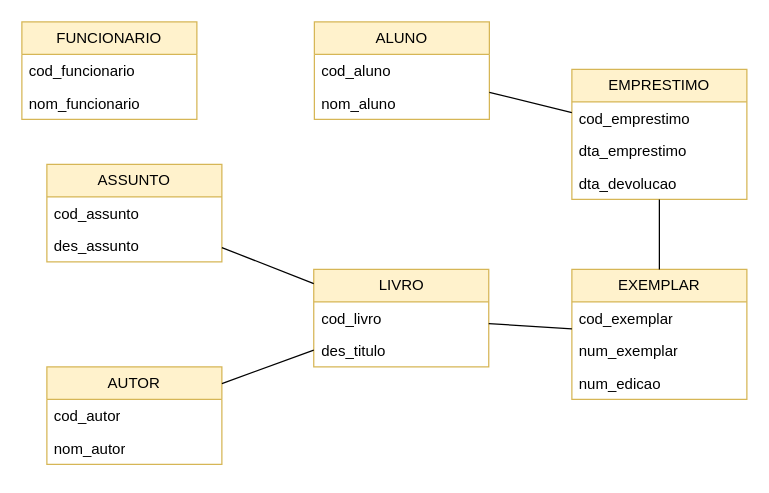
Above: vendadeprodutos.drawio in NicolasKevin2/BD (draw.io), before the change. Source tidied: cells renumbered, new cells numbered last; positions are measured from the earlier drawing's top-left corner, leaving out a move shared by most shapes. Both pictures are drawn from the tidied source at 125%, with x=0, y=0 at pixel (21, 21).
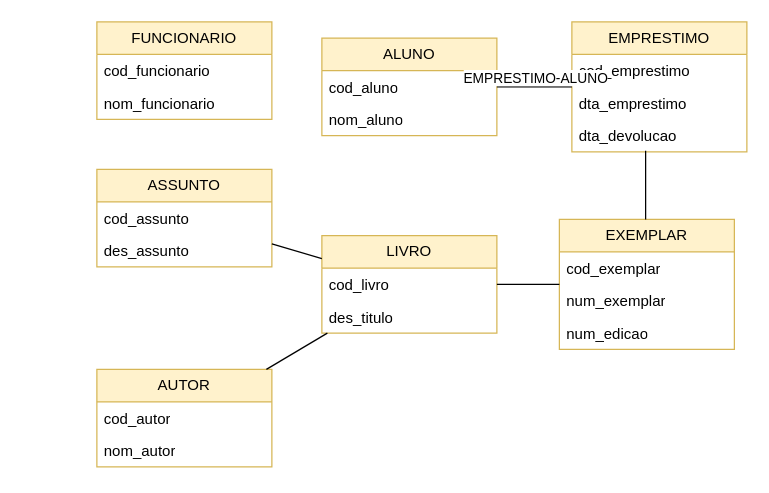
The same diagram, later.

Unchanged cells that the change refers to:
```xml
<mxCell id="18" value="dta_devolucao" style="text;strokeColor=none;fillColor=none;align=left;verticalAlign=top;spacingLeft=4;spacingRight=4;overflow=hidden;points=[[0,0.5],[1,0.5]];portConstraint=eastwest;whiteSpace=wrap;html=1;" parent="15" vertex="1">
  <mxGeometry y="78" width="140" height="26" as="geometry" />
</mxCell>
<mxCell id="23" style="endArrow=none;html=1;rounded=0;" parent="1" edge="1" source="15" target="2">
  <mxGeometry relative="1" as="geometry" />
</mxCell>
```

The edit, as a diff of the source:
```diff
@@
     <mxCell id="2" value="ALUNO" style="swimlane;fontStyle=0;horizontal=1;startSize=26;fillColor=#fff2cc;whiteSpace=wrap;html=1;strokeColor=#d6b656;" parent="1" vertex="1">
-      <mxGeometry x="234" width="140" height="78" as="geometry" />
+      <mxGeometry x="240" y="13" width="140" height="78" as="geometry" />
     </mxCell>
@@
     <mxCell id="5" value="AUTOR" style="swimlane;fontStyle=0;horizontal=1;startSize=26;fillColor=#fff2cc;whiteSpace=wrap;html=1;strokeColor=#d6b656;" parent="1" vertex="1">
-      <mxGeometry x="20" y="276" width="140" height="78" as="geometry" />
+      <mxGeometry x="60" y="278" width="140" height="78" as="geometry" />
     </mxCell>
@@
     <mxCell id="8" value="LIVRO" style="swimlane;fontStyle=0;horizontal=1;startSize=26;fillColor=#fff2cc;whiteSpace=wrap;html=1;strokeColor=#d6b656;" parent="1" vertex="1">
-      <mxGeometry x="233.5" y="198" width="140" height="78" as="geometry" />
+      <mxGeometry x="240" y="171" width="140" height="78" as="geometry" />
     </mxCell>
@@
     <mxCell id="11" value="FUNCIONARIO" style="swimlane;fontStyle=0;horizontal=1;startSize=26;fillColor=#fff2cc;whiteSpace=wrap;html=1;strokeColor=#d6b656;" parent="1" vertex="1">
-      <mxGeometry width="140" height="78" as="geometry" />
+      <mxGeometry x="60" width="140" height="78" as="geometry" />
     </mxCell>
@@
     <mxCell id="15" value="EMPRESTIMO" style="swimlane;fontStyle=0;horizontal=1;startSize=26;fillColor=#fff2cc;whiteSpace=wrap;html=1;strokeColor=#d6b656;" parent="1" vertex="1">
-      <mxGeometry x="440" y="38" width="140" height="104" as="geometry" />
+      <mxGeometry x="440" width="140" height="104" as="geometry" />
     </mxCell>
@@
     <mxCell id="19" value="EXEMPLAR" style="swimlane;fontStyle=0;horizontal=1;startSize=26;fillColor=#fff2cc;whiteSpace=wrap;html=1;strokeColor=#d6b656;" parent="1" vertex="1">
-      <mxGeometry x="440" y="198" width="140" height="104" as="geometry" />
+      <mxGeometry x="430" y="158" width="140" height="104" as="geometry" />
     </mxCell>
@@
+    <mxCell id="30" value="EMPRESTIMO-ALUNO" style="edgeLabel;html=1;align=center;verticalAlign=middle;" parent="23" vertex="1">
+      <mxGeometry x="-0.03" y="-2" relative="1" as="geometry">
+        <mxPoint x="-1" y="-6" as="offset" />
+      </mxGeometry>
+    </mxCell>
     <mxCell id="24" value="ASSUNTO" style="swimlane;fontStyle=0;horizontal=1;startSize=26;fillColor=#fff2cc;whiteSpace=wrap;html=1;strokeColor=#d6b656;" parent="1" vertex="1">
-      <mxGeometry x="20" y="114" width="140" height="78" as="geometry" />
+      <mxGeometry x="60" y="118" width="140" height="78" as="geometry" />
     </mxCell>
@@
-    <mxCell id="29" style="endArrow=none;html=1;rounded=0;" parent="1" edge="1" source="19" target="15">
+    <mxCell id="29" style="endArrow=none;html=1;rounded=0;entryX=0.421;entryY=0.962;entryDx=0;entryDy=0;entryPerimeter=0;edgeStyle=elbowEdgeStyle;" parent="1" edge="1" source="19" target="18">
       <mxGeometry relative="1" as="geometry" />
     </mxCell>
```
